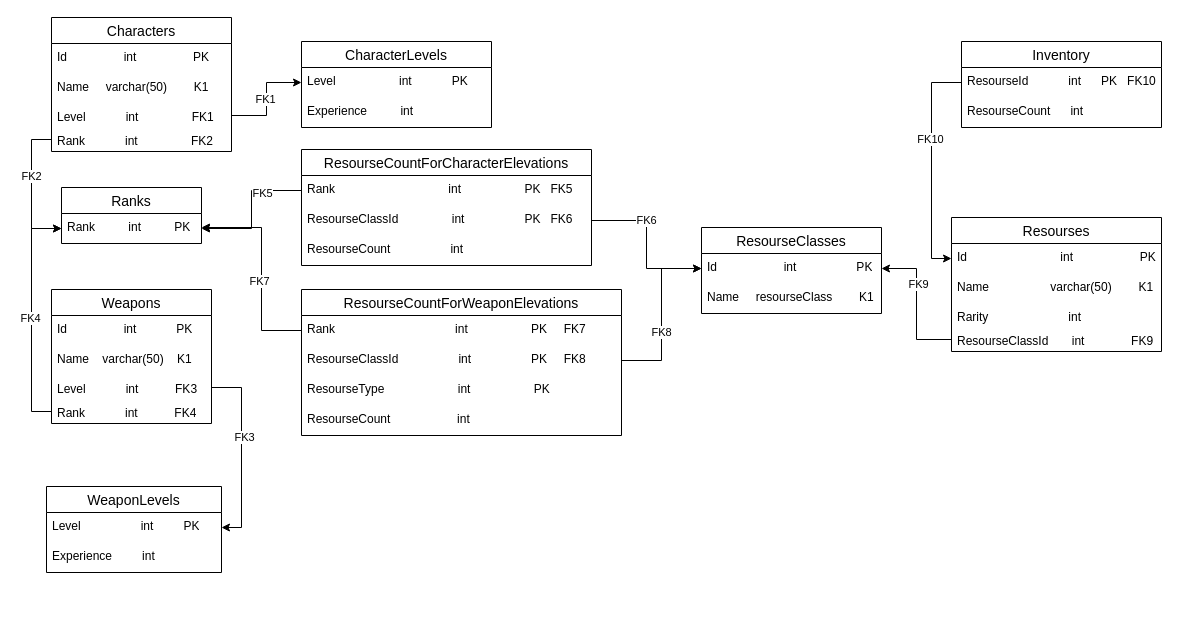
This is project/models/PDM.drawio from Matrixoid/itmo-database-course, a draw.io file, before an edit. Source tidied: cells renumbered, new cells numbered last; positions are measured from the earlier drawing's top-left corner, leaving out a move shared by most shapes. Both pictures are drawn from the tidied source at 100%, with x=0, y=0 at pixel (46, 17).
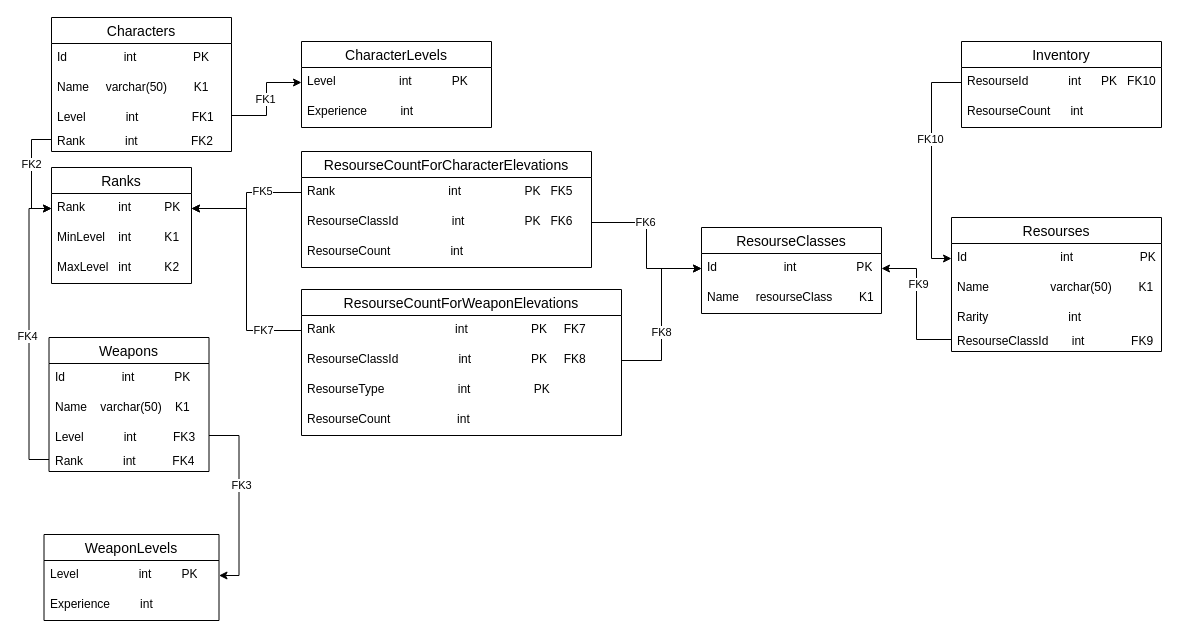
The same page after the edit.

Commit message (it also covers changes not shown here):
Обновлены модели: для сущности Rank добавлены атрибуты MinLevel и MaxLevel. Также обновлено описание этой сущности и добавлены новые ФЗ

The change refers to these unchanged cells:
```xml
<mxCell id="6" value="Rank&amp;nbsp; &amp;nbsp; &amp;nbsp; &amp;nbsp; &amp;nbsp; &amp;nbsp; int&amp;nbsp; &amp;nbsp; &amp;nbsp; &amp;nbsp; &amp;nbsp; &amp;nbsp; &amp;nbsp; &amp;nbsp; FK2" style="text;strokeColor=none;fillColor=none;spacingLeft=4;spacingRight=4;overflow=hidden;points=[[0,0.5],[1,0.5]];portConstraint=eastwest;fontSize=12;whiteSpace=wrap;html=1;" parent="2" vertex="1">
  <mxGeometry y="110" width="180" height="24" as="geometry" />
</mxCell>
<mxCell id="16" value="Rank&amp;nbsp; &amp;nbsp; &amp;nbsp; &amp;nbsp; &amp;nbsp; &amp;nbsp; &amp;nbsp; &amp;nbsp; &amp;nbsp; &amp;nbsp; &amp;nbsp; &amp;nbsp; &amp;nbsp; &amp;nbsp; &amp;nbsp; &amp;nbsp; &amp;nbsp; int&amp;nbsp; &amp;nbsp; &amp;nbsp; &amp;nbsp; &amp;nbsp; &amp;nbsp; &amp;nbsp; &amp;nbsp; &amp;nbsp; &amp;nbsp;PK&amp;nbsp; &amp;nbsp;FK5" style="text;strokeColor=none;fillColor=none;spacingLeft=4;spacingRight=4;overflow=hidden;points=[[0,0.5],[1,0.5]];portConstraint=eastwest;fontSize=12;whiteSpace=wrap;html=1;" parent="15" vertex="1">
  <mxGeometry y="26" width="290" height="30" as="geometry" />
</mxCell>
<mxCell id="28" value="Rank&amp;nbsp; &amp;nbsp; &amp;nbsp; &amp;nbsp; &amp;nbsp; &amp;nbsp; &amp;nbsp; &amp;nbsp; &amp;nbsp; &amp;nbsp; &amp;nbsp; &amp;nbsp; &amp;nbsp; &amp;nbsp; &amp;nbsp; &amp;nbsp; &amp;nbsp; &amp;nbsp; int&amp;nbsp; &amp;nbsp; &amp;nbsp; &amp;nbsp; &amp;nbsp; &amp;nbsp; &amp;nbsp; &amp;nbsp; &amp;nbsp; &amp;nbsp;PK&amp;nbsp; &amp;nbsp; &amp;nbsp;FK7" style="text;strokeColor=none;fillColor=none;spacingLeft=4;spacingRight=4;overflow=hidden;points=[[0,0.5],[1,0.5]];portConstraint=eastwest;fontSize=12;whiteSpace=wrap;html=1;" parent="27" vertex="1">
  <mxGeometry y="26" width="320" height="30" as="geometry" />
</mxCell>
<mxCell id="39" value="Rank&amp;nbsp; &amp;nbsp; &amp;nbsp; &amp;nbsp; &amp;nbsp; int&amp;nbsp; &amp;nbsp; &amp;nbsp; &amp;nbsp; &amp;nbsp; PK" style="text;strokeColor=none;fillColor=none;spacingLeft=4;spacingRight=4;overflow=hidden;points=[[0,0.5],[1,0.5]];portConstraint=eastwest;fontSize=12;whiteSpace=wrap;html=1;" parent="38" vertex="1">
  <mxGeometry y="26" width="140" height="30" as="geometry" />
</mxCell>
```

What changed in the source:
```diff
@@
     <mxCell id="15" value="ResourseCountForCharacterElevations" style="swimlane;fontStyle=0;horizontal=1;startSize=26;align=center;fontSize=14;" parent="1" vertex="1">
-      <mxGeometry x="255" y="132" width="290" height="116" as="geometry" />
+      <mxGeometry x="255" y="134" width="290" height="116" as="geometry" />
     </mxCell>
@@
     <mxCell id="22" value="Weapons" style="swimlane;fontStyle=0;horizontal=1;startSize=26;align=center;fontSize=14;" parent="1" vertex="1">
-      <mxGeometry x="5" y="272" width="160" height="134" as="geometry" />
+      <mxGeometry x="2.5" y="320" width="160" height="134" as="geometry" />
     </mxCell>
@@
     <mxCell id="32" value="WeaponLevels" style="swimlane;fontStyle=0;horizontal=1;startSize=26;align=center;fontSize=14;" parent="1" vertex="1">
-      <mxGeometry y="469" width="175" height="86" as="geometry" />
+      <mxGeometry x="-2.5" y="517" width="175" height="86" as="geometry" />
     </mxCell>
@@
     <mxCell id="38" value="Ranks" style="swimlane;fontStyle=0;horizontal=1;startSize=26;align=center;fontSize=14;" parent="1" vertex="1">
-      <mxGeometry x="15" y="170" width="140" height="56" as="geometry" />
+      <mxGeometry x="5" y="150" width="140" height="116" as="geometry" />
     </mxCell>
@@
+    <mxCell id="60" value="MinLevel&amp;nbsp; &amp;nbsp; int&amp;nbsp; &amp;nbsp; &amp;nbsp; &amp;nbsp; &amp;nbsp; K1" style="text;strokeColor=none;fillColor=none;spacingLeft=4;spacingRight=4;overflow=hidden;fontSize=12;whiteSpace=wrap;html=1;" parent="38" vertex="1">
+      <mxGeometry y="56" width="140" height="30" as="geometry" />
+    </mxCell>
+    <mxCell id="61" value="MaxLevel&amp;nbsp; &amp;nbsp;int&amp;nbsp; &amp;nbsp; &amp;nbsp; &amp;nbsp; &amp;nbsp; K2" style="text;strokeColor=none;fillColor=none;spacingLeft=4;spacingRight=4;overflow=hidden;fontSize=12;whiteSpace=wrap;html=1;" parent="38" vertex="1">
+      <mxGeometry y="86" width="140" height="30" as="geometry" />
+    </mxCell>
@@
-    <mxCell id="42" style="edgeStyle=orthogonalEdgeStyle;rounded=0;jettySize=auto;html=1;" parent="1" edge="1" source="16" target="39">
-      <mxGeometry relative="1" as="geometry" />
-    </mxCell>
-    <mxCell id="43" value="FK5" style="edgeLabel;html=1;align=center;verticalAlign=middle;" parent="42" vertex="1">
-      <mxGeometry x="-0.42" y="2" relative="1" as="geometry" />
-    </mxCell>
-    <mxCell id="44" style="edgeStyle=orthogonalEdgeStyle;rounded=0;jettySize=auto;html=1;" parent="1" edge="1" source="28">
-      <mxGeometry relative="1" as="geometry">
-        <mxPoint x="155" y="210" as="targetPoint" />
-        <Array as="points">
-          <mxPoint x="215" y="313" />
-          <mxPoint x="215" y="210" />
-        </Array>
-      </mxGeometry>
-    </mxCell>
-    <mxCell id="45" value="FK7" style="edgeLabel;html=1;align=center;verticalAlign=middle;" parent="44" vertex="1">
-      <mxGeometry x="-0.11" y="3" relative="1" as="geometry" />
-    </mxCell>
     <mxCell id="46" style="edgeStyle=orthogonalEdgeStyle;rounded=0;jettySize=auto;html=1;exitX=0;exitY=0.5;exitDx=0;exitDy=0;entryX=0;entryY=0.5;entryDx=0;entryDy=0;" parent="1" edge="1" source="6" target="39">
-      <mxGeometry relative="1" as="geometry" />
+      <mxGeometry relative="1" as="geometry">
+        <Array as="points">
+          <mxPoint x="-15" y="122" />
+          <mxPoint x="-15" y="191" />
+        </Array>
+      </mxGeometry>
     </mxCell>
@@
+    <mxCell id="42" style="edgeStyle=orthogonalEdgeStyle;rounded=0;jettySize=auto;html=1;entryX=1;entryY=0.5;entryDx=0;entryDy=0;" parent="1" edge="1" source="16" target="39">
+      <mxGeometry relative="1" as="geometry" />
+    </mxCell>
+    <mxCell id="43" value="FK5" style="edgeLabel;html=1;align=center;verticalAlign=middle;" parent="42" vertex="1">
+      <mxGeometry x="-0.36" y="-2" relative="1" as="geometry" />
+    </mxCell>
+    <mxCell id="62" style="edgeStyle=orthogonalEdgeStyle;rounded=0;jettySize=auto;html=1;exitX=0;exitY=0.5;exitDx=0;exitDy=0;entryX=1;entryY=0.5;entryDx=0;entryDy=0;" parent="1" edge="1" source="28" target="39">
+      <mxGeometry relative="1" as="geometry" />
+    </mxCell>
+    <mxCell id="45" value="FK7" style="edgeLabel;html=1;align=center;verticalAlign=middle;" parent="62" vertex="1">
+      <mxGeometry x="-0.66" y="-1" relative="1" as="geometry" />
+    </mxCell>
```
